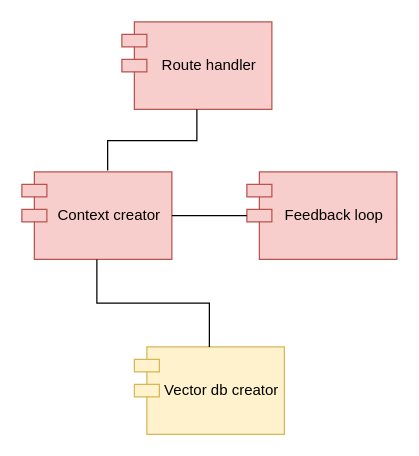
Earlier version of the draw.io diagram diagrams/Architecture.drawio (xivind/sandbox). Source tidied: cells renumbered, new cells numbered last; positions are measured from the earlier drawing's top-left corner, leaving out a move shared by most shapes. Both pictures are drawn from the tidied source at 125%, with x=0, y=0 at pixel (21, 21).
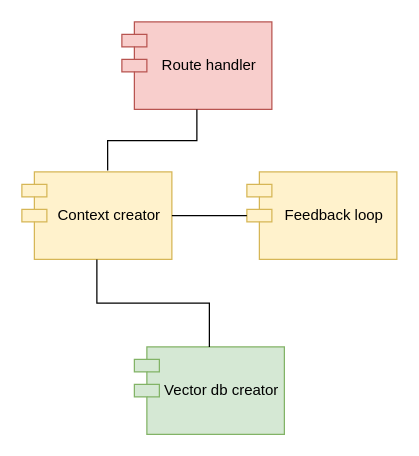
The same diagram, later.

Diff of the diagram source:
```diff
@@
 <mxGraphModel>
   <root>
     <mxCell id="0" />
     <mxCell id="1" parent="0" />
     <mxCell id="2" value="Route handler" style="shape=module;align=left;spacingLeft=20;align=center;verticalAlign=middle;whiteSpace=wrap;html=1;fillColor=#f8cecc;strokeColor=#b85450;gradientColor=none;" parent="1" vertex="1">
       <mxGeometry x="80" width="120" height="70" as="geometry" />
     </mxCell>
-    <mxCell id="3" value="Vector db creator" style="shape=module;align=left;spacingLeft=20;align=center;verticalAlign=middle;whiteSpace=wrap;html=1;fillColor=#fff2cc;strokeColor=#d6b656;" parent="1" vertex="1">
+    <mxCell id="3" value="Vector db creator" style="shape=module;align=left;spacingLeft=20;align=center;verticalAlign=middle;whiteSpace=wrap;html=1;fillColor=#d5e8d4;strokeColor=#82b366;" parent="1" vertex="1">
       <mxGeometry x="90" y="260" width="120" height="70" as="geometry" />
     </mxCell>
-    <mxCell id="4" value="Context creator" style="shape=module;align=left;spacingLeft=20;align=center;verticalAlign=middle;whiteSpace=wrap;html=1;fillColor=#f8cecc;strokeColor=#b85450;gradientColor=none;" parent="1" vertex="1">
+    <mxCell id="4" value="Context creator" style="shape=module;align=left;spacingLeft=20;align=center;verticalAlign=middle;whiteSpace=wrap;html=1;fillColor=#fff2cc;strokeColor=#d6b656;" parent="1" vertex="1">
       <mxGeometry y="120" width="120" height="70" as="geometry" />
     </mxCell>
-    <mxCell id="5" value="Feedback loop" style="shape=module;align=left;spacingLeft=20;align=center;verticalAlign=middle;whiteSpace=wrap;html=1;fillColor=#f8cecc;strokeColor=#b85450;gradientColor=none;" parent="1" vertex="1">
+    <mxCell id="5" value="Feedback loop" style="shape=module;align=left;spacingLeft=20;align=center;verticalAlign=middle;whiteSpace=wrap;html=1;fillColor=#fff2cc;strokeColor=#d6b656;" parent="1" vertex="1">
       <mxGeometry x="180" y="120" width="120" height="70" as="geometry" />
     </mxCell>
     <mxCell id="6" style="endArrow=none;html=1;rounded=0;entryX=0.5;entryY=1;entryDx=0;entryDy=0;exitX=0.5;exitY=0;exitDx=0;exitDy=0;edgeStyle=orthogonalEdgeStyle;" parent="1" edge="1" source="3" target="4">
       <mxGeometry relative="1" as="geometry" />
     </mxCell>
     <mxCell id="7" style="endArrow=none;html=1;rounded=0;entryX=0.5;entryY=1;entryDx=0;entryDy=0;exitX=0.572;exitY=-0.017;exitDx=0;exitDy=0;exitPerimeter=0;edgeStyle=orthogonalEdgeStyle;" parent="1" edge="1" source="4" target="2">
       <mxGeometry relative="1" as="geometry" />
     </mxCell>
     <mxCell id="8" style="endArrow=none;html=1;rounded=0;exitX=1;exitY=0.5;exitDx=0;exitDy=0;entryX=0;entryY=0;entryDx=0;entryDy=35;entryPerimeter=0;" parent="1" edge="1" source="4" target="5">
       <mxGeometry relative="1" as="geometry" />
     </mxCell>
   </root>
 </mxGraphModel>
```
